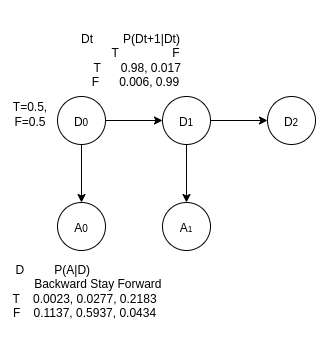
Above: docs/DBN.png in ERUD1T3/rai-project-two (draw.io), before the change. Source tidied: cells renumbered, new cells last; positions are measured from the earlier drawing's top-left corner, leaving out a move shared by most shapes.
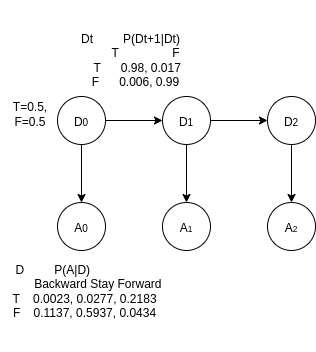
Above is the later version.

The edit, as a diff of the source:
```diff
@@ -38,5 +38,13 @@
     <mxCell id="13" value="Dt&amp;nbsp; &amp;nbsp; &amp;nbsp; &amp;nbsp; &amp;nbsp;P(Dt+1|Dt)&amp;nbsp; &amp;nbsp; &amp;nbsp; &amp;nbsp; &amp;nbsp;&lt;br&gt;T&amp;nbsp; &amp;nbsp; &amp;nbsp; &amp;nbsp; &amp;nbsp; &amp;nbsp; &amp;nbsp; &amp;nbsp; F&lt;br&gt;T&amp;nbsp; &amp;nbsp; &amp;nbsp; 0.98, 0.017&amp;nbsp; &amp;nbsp; &amp;nbsp;&lt;br&gt;F&amp;nbsp; &amp;nbsp; &amp;nbsp; 0.006, 0.99&amp;nbsp; &amp;nbsp; &amp;nbsp;&amp;nbsp;" style="text;html=1;strokeColor=none;fillColor=none;align=center;verticalAlign=middle;whiteSpace=wrap;rounded=0;" parent="1" vertex="1">
       <mxGeometry x="63" width="165" height="120" as="geometry" />
     </mxCell>
+    <mxCell id="14" value="&lt;sub style=&quot;&quot;&gt;&lt;span style=&quot;font-size: 12px;&quot;&gt;A&lt;/span&gt;&lt;span style=&quot;font-size: 8.33333px;&quot;&gt;2&lt;/span&gt;&lt;/sub&gt;" style="ellipse;whiteSpace=wrap;html=1;" parent="1" vertex="1">
+      <mxGeometry x="267" y="202" width="48" height="48" as="geometry" />
+    </mxCell>
+    <mxCell id="15" style="edgeStyle=orthogonalEdgeStyle;rounded=0;jettySize=auto;html=1;exitX=0.5;exitY=1;exitDx=0;exitDy=0;entryX=0.5;entryY=0;entryDx=0;entryDy=0;" parent="1" edge="1" target="14">
+      <mxGeometry relative="1" as="geometry">
+        <mxPoint x="291" y="144" as="sourcePoint" />
+      </mxGeometry>
+    </mxCell>
   </root>
 </mxGraphModel>
```
